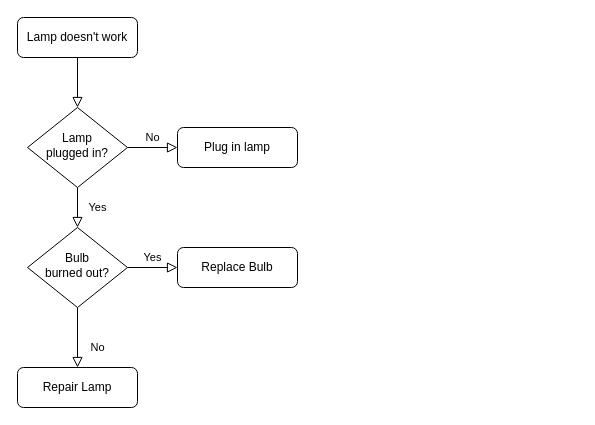
Above: public/未命名绘图.drawio in aaron-code-life/fastapi (draw.io), before the change. Source tidied: cells renumbered, new cells numbered last; positions are measured from the earlier drawing's top-left corner, leaving out a move shared by most shapes. Both pictures are drawn from the tidied source at 100%, with x=0, y=0 at pixel (17, 17).
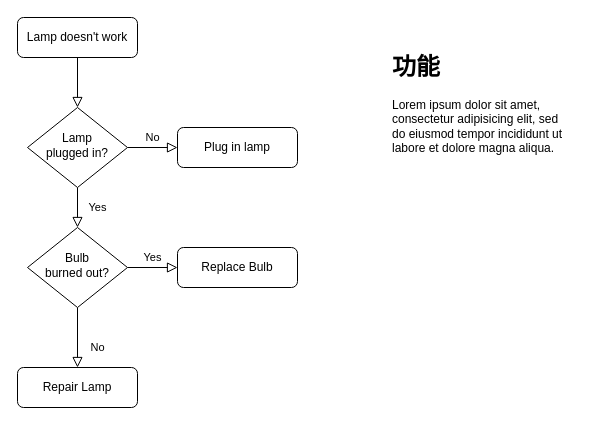
Above is the later version.

Commit message:
更新未命名绘图.drawio

What changed in the source:
```diff
@@
 <mxGraphModel>
   <root>
     <mxCell id="0" />
     <mxCell id="1" parent="0" />
     <mxCell id="2" style="rounded=0;html=1;jettySize=auto;fontSize=11;endArrow=block;endFill=0;endSize=8;strokeWidth=1;shadow=0;labelBackgroundColor=none;edgeStyle=orthogonalEdgeStyle;" parent="1" edge="1" source="3" target="6">
       <mxGeometry relative="1" as="geometry" />
     </mxCell>
     <mxCell id="3" value="Lamp doesn't work" style="rounded=1;whiteSpace=wrap;html=1;fontSize=12;glass=0;strokeWidth=1;shadow=0;" parent="1" vertex="1">
       <mxGeometry width="120" height="40" as="geometry" />
     </mxCell>
     <mxCell id="4" value="Yes" style="rounded=0;html=1;jettySize=auto;fontSize=11;endArrow=block;endFill=0;endSize=8;strokeWidth=1;shadow=0;labelBackgroundColor=none;edgeStyle=orthogonalEdgeStyle;" parent="1" edge="1" source="6" target="10">
       <mxGeometry y="20" relative="1" as="geometry" />
     </mxCell>
     <mxCell id="5" value="No" style="edgeStyle=orthogonalEdgeStyle;rounded=0;html=1;jettySize=auto;fontSize=11;endArrow=block;endFill=0;endSize=8;strokeWidth=1;shadow=0;labelBackgroundColor=none;" parent="1" edge="1" source="6" target="7">
       <mxGeometry y="10" relative="1" as="geometry" />
     </mxCell>
     <mxCell id="6" value="Lamp&lt;br&gt;plugged in?" style="rhombus;whiteSpace=wrap;html=1;shadow=0;fontFamily=Helvetica;fontSize=12;align=center;strokeWidth=1;spacing=6;spacingTop=-4;" parent="1" vertex="1">
       <mxGeometry x="10" y="90" width="100" height="80" as="geometry" />
     </mxCell>
     <mxCell id="7" value="Plug in lamp" style="rounded=1;whiteSpace=wrap;html=1;fontSize=12;glass=0;strokeWidth=1;shadow=0;" parent="1" vertex="1">
       <mxGeometry x="160" y="110" width="120" height="40" as="geometry" />
     </mxCell>
     <mxCell id="8" value="No" style="rounded=0;html=1;jettySize=auto;fontSize=11;endArrow=block;endFill=0;endSize=8;strokeWidth=1;shadow=0;labelBackgroundColor=none;edgeStyle=orthogonalEdgeStyle;" parent="1" edge="1" source="10" target="11">
       <mxGeometry x="0.33" y="20" relative="1" as="geometry" />
     </mxCell>
     <mxCell id="9" value="Yes" style="edgeStyle=orthogonalEdgeStyle;rounded=0;html=1;jettySize=auto;fontSize=11;endArrow=block;endFill=0;endSize=8;strokeWidth=1;shadow=0;labelBackgroundColor=none;" parent="1" edge="1" source="10" target="12">
       <mxGeometry y="10" relative="1" as="geometry" />
     </mxCell>
     <mxCell id="10" value="Bulb&lt;br&gt;burned out?" style="rhombus;whiteSpace=wrap;html=1;shadow=0;fontFamily=Helvetica;fontSize=12;align=center;strokeWidth=1;spacing=6;spacingTop=-4;" parent="1" vertex="1">
       <mxGeometry x="10" y="210" width="100" height="80" as="geometry" />
     </mxCell>
     <mxCell id="11" value="Repair Lamp" style="rounded=1;whiteSpace=wrap;html=1;fontSize=12;glass=0;strokeWidth=1;shadow=0;" parent="1" vertex="1">
       <mxGeometry y="350" width="120" height="40" as="geometry" />
     </mxCell>
     <mxCell id="12" value="Replace Bulb" style="rounded=1;whiteSpace=wrap;html=1;fontSize=12;glass=0;strokeWidth=1;shadow=0;" parent="1" vertex="1">
       <mxGeometry x="160" y="230" width="120" height="40" as="geometry" />
     </mxCell>
+    <mxCell id="13" value="&lt;h1&gt;功能&lt;/h1&gt;&lt;p&gt;Lorem ipsum dolor sit amet, consectetur adipisicing elit, sed do eiusmod tempor incididunt ut labore et dolore magna aliqua.&lt;/p&gt;" style="text;html=1;strokeColor=none;fillColor=none;spacing=5;spacingTop=-20;whiteSpace=wrap;overflow=hidden;rounded=0;" parent="1" vertex="1">
+      <mxGeometry x="370" y="30" width="190" height="120" as="geometry" />
+    </mxCell>
   </root>
 </mxGraphModel>
```
